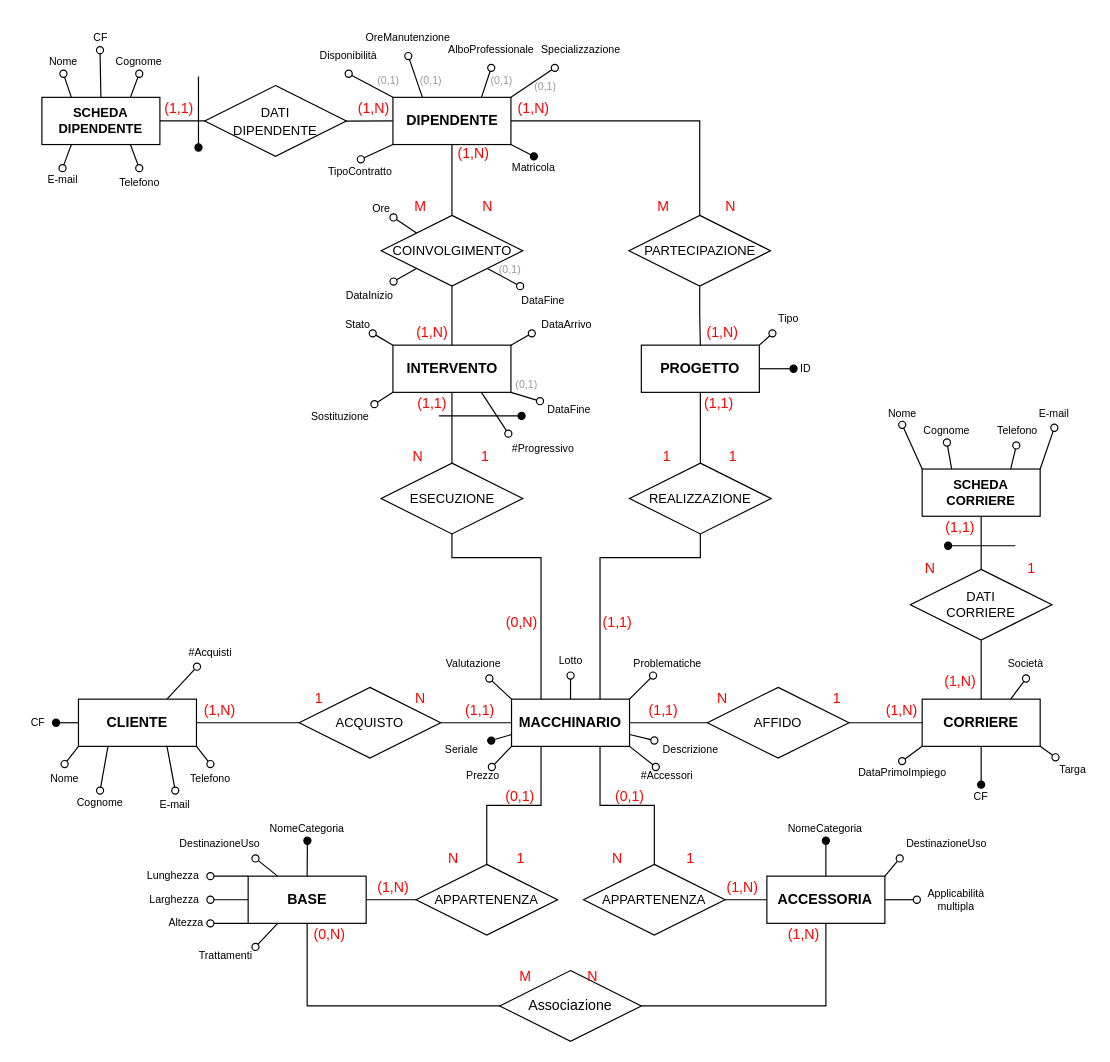
Before: SchemaER/SchemaER_Definitivo.drawio in MicheleRabesco/MacchinariEstetici, a draw.io diagram. Source tidied: cells renumbered, new cells numbered last; positions are measured from the earlier drawing's top-left corner, leaving out a move shared by most shapes. Both pictures are drawn from the tidied source at 118%, with x=0, y=0 at pixel (20, 20).
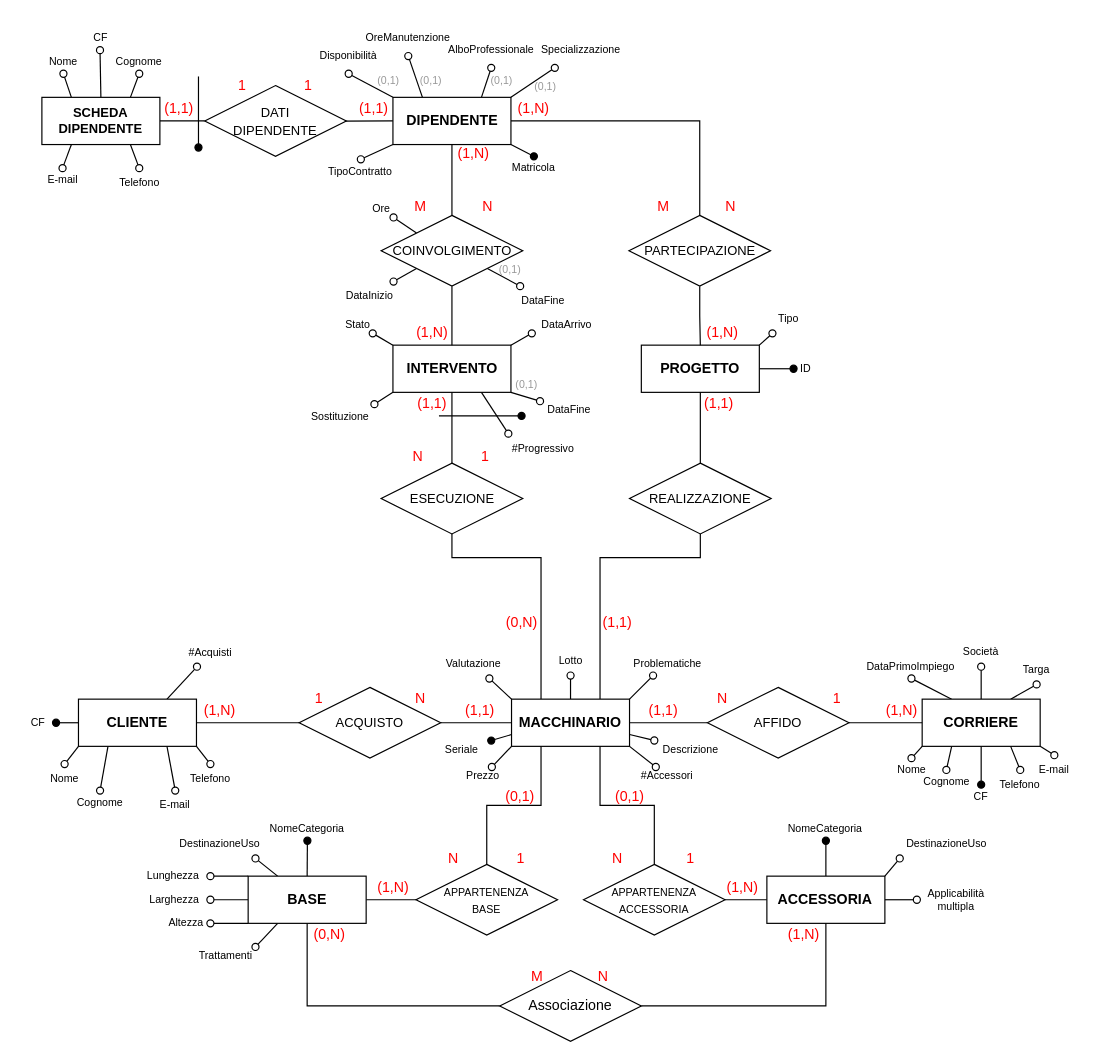
After the change.

Unchanged cells that the change refers to:
```xml
<mxCell id="46" value="&lt;b&gt;CORRIERE&lt;/b&gt;" style="whiteSpace=wrap;html=1;align=center;fontColor=#000000;" parent="1" vertex="1">
  <mxGeometry x="764" y="575" width="100" height="40" as="geometry" />
</mxCell>
```

Change to the diagram source:
```diff
@@
-    <mxCell id="39" style="edgeStyle=none;rounded=0;jettySize=auto;html=1;exitX=0;exitY=1;exitDx=0;exitDy=0;fontSize=9;fontColor=#000000;endArrow=oval;endFill=0;entryX=0.5;entryY=0;entryDx=0;entryDy=0;" parent="1" edge="1" source="46" target="115">
+    <mxCell id="39" style="edgeStyle=none;rounded=0;jettySize=auto;html=1;exitX=0.25;exitY=0;exitDx=0;exitDy=0;fontSize=9;fontColor=#000000;endArrow=oval;endFill=0;entryX=0.5;entryY=1;entryDx=0;entryDy=0;" parent="1" edge="1" source="46" target="115">
       <mxGeometry relative="1" as="geometry" />
     </mxCell>
-    <mxCell id="40" style="edgeStyle=none;rounded=0;jettySize=auto;html=1;exitX=0.75;exitY=0;exitDx=0;exitDy=0;fontSize=9;fontColor=#000000;endArrow=oval;endFill=0;entryX=0.5;entryY=1;entryDx=0;entryDy=0;" parent="1" edge="1" source="46" target="116">
+    <mxCell id="40" style="edgeStyle=none;rounded=0;jettySize=auto;html=1;exitX=0.5;exitY=0;exitDx=0;exitDy=0;fontSize=9;fontColor=#000000;endArrow=oval;endFill=0;entryX=0.5;entryY=1;entryDx=0;entryDy=0;" parent="1" edge="1" source="46" target="116">
       <mxGeometry relative="1" as="geometry" />
     </mxCell>
-    <mxCell id="41" style="edgeStyle=none;rounded=0;jettySize=auto;html=1;exitX=1;exitY=1;exitDx=0;exitDy=0;fontSize=9;fontColor=#000000;endArrow=oval;endFill=0;" parent="1" edge="1" source="46" target="117">
+    <mxCell id="41" style="edgeStyle=none;rounded=0;jettySize=auto;html=1;exitX=0.75;exitY=0;exitDx=0;exitDy=0;fontSize=9;fontColor=#000000;endArrow=oval;endFill=0;entryX=0.5;entryY=1;entryDx=0;entryDy=0;" parent="1" edge="1" source="46" target="117">
       <mxGeometry relative="1" as="geometry" />
     </mxCell>
@@
-    <mxCell id="43" style="edgeStyle=none;rounded=0;jettySize=auto;html=1;exitX=0.25;exitY=0;exitDx=0;exitDy=0;entryX=0.5;entryY=1;entryDx=0;entryDy=0;fontSize=11;endArrow=oval;endFill=0;" parent="1" edge="1" source="189" target="122">
+    <mxCell id="43" style="edgeStyle=none;rounded=0;jettySize=auto;html=1;exitX=0.25;exitY=1;exitDx=0;exitDy=0;entryX=0.5;entryY=0;entryDx=0;entryDy=0;fontSize=11;endArrow=oval;endFill=0;" parent="1" edge="1" source="46" target="122">
       <mxGeometry relative="1" as="geometry" />
     </mxCell>
-    <mxCell id="44" style="edgeStyle=none;rounded=0;jettySize=auto;html=1;exitX=0;exitY=0;exitDx=0;exitDy=0;entryX=0.5;entryY=1;entryDx=0;entryDy=0;fontSize=11;endArrow=oval;endFill=0;" parent="1" edge="1" source="189" target="121">
+    <mxCell id="44" style="edgeStyle=none;rounded=0;jettySize=auto;html=1;exitX=0;exitY=1;exitDx=0;exitDy=0;entryX=0.5;entryY=0;entryDx=0;entryDy=0;fontSize=11;endArrow=oval;endFill=0;" parent="1" edge="1" source="46" target="121">
       <mxGeometry relative="1" as="geometry" />
     </mxCell>
-    <mxCell id="45" style="edgeStyle=orthogonalEdgeStyle;rounded=0;jettySize=auto;html=1;fontColor=#000000;endArrow=none;endFill=0;entryX=0.5;entryY=1;entryDx=0;entryDy=0;" parent="1" edge="1" source="46" target="186">
-      <mxGeometry relative="1" as="geometry" />
-    </mxCell>
@@
-    <mxCell id="50" value="&lt;font style=&quot;font-size: 11px&quot;&gt;APPARTENENZA&lt;/font&gt;" style="shape=rhombus;perimeter=rhombusPerimeter;whiteSpace=wrap;html=1;align=center;" parent="1" vertex="1">
+    <mxCell id="50" value="&lt;font style=&quot;font-size: 9px&quot;&gt;APPARTENENZA&lt;br&gt;BASE&lt;br&gt;&lt;/font&gt;" style="shape=rhombus;perimeter=rhombusPerimeter;whiteSpace=wrap;html=1;align=center;" parent="1" vertex="1">
       <mxGeometry x="335" y="715" width="120" height="60" as="geometry" />
     </mxCell>
@@
     <mxCell id="115" value="DataPrimoImpiego" style="text;html=1;strokeColor=none;fillColor=none;align=center;verticalAlign=middle;whiteSpace=wrap;rounded=0;fontSize=9;fontColor=#000000;" parent="1" vertex="1">
-      <mxGeometry x="707.5" y="627.5" width="79" height="20" as="geometry" />
+      <mxGeometry x="715.4" y="537.5" width="79" height="20" as="geometry" />
     </mxCell>
     <mxCell id="116" value="Società" style="text;html=1;strokeColor=none;fillColor=none;align=center;verticalAlign=middle;whiteSpace=wrap;rounded=0;fontSize=9;fontColor=#000000;" parent="1" vertex="1">
-      <mxGeometry x="837" y="532.5" width="30" height="25" as="geometry" />
+      <mxGeometry x="799" y="522.5" width="30" height="25" as="geometry" />
     </mxCell>
     <mxCell id="117" value="Targa" style="text;html=1;strokeColor=none;fillColor=none;align=center;verticalAlign=middle;whiteSpace=wrap;rounded=0;fontSize=9;fontColor=#000000;" parent="1" vertex="1">
-      <mxGeometry x="877" y="622.5" width="30" height="25" as="geometry" />
+      <mxGeometry x="846" y="537.5" width="30" height="25" as="geometry" />
     </mxCell>
@@
     <mxCell id="121" value="Nome" style="text;html=1;strokeColor=none;fillColor=none;align=center;verticalAlign=middle;whiteSpace=wrap;rounded=0;fontSize=9;fontColor=#000000;" parent="1" vertex="1">
-      <mxGeometry x="728.8" y="322.5" width="36.5" height="20" as="geometry" />
+      <mxGeometry x="736.7" y="625" width="36.5" height="20" as="geometry" />
     </mxCell>
     <mxCell id="122" value="Cognome" style="text;html=1;strokeColor=none;fillColor=none;align=center;verticalAlign=middle;whiteSpace=wrap;rounded=0;fontSize=9;fontColor=#000000;" parent="1" vertex="1">
-      <mxGeometry x="760" y="337.5" width="50" height="20" as="geometry" />
+      <mxGeometry x="759.5" y="635" width="50" height="20" as="geometry" />
     </mxCell>
@@
     <mxCell id="143" value="1" style="text;html=1;strokeColor=none;fillColor=none;align=center;verticalAlign=middle;whiteSpace=wrap;rounded=0;fontColor=#FF0000;" parent="1" vertex="1">
-      <mxGeometry x="542.8" y="365" width="10" height="10" as="geometry" />
+      <mxGeometry x="182.8" y="50" width="10" height="10" as="geometry" />
     </mxCell>
     <mxCell id="144" value="1" style="text;html=1;strokeColor=none;fillColor=none;align=center;verticalAlign=middle;whiteSpace=wrap;rounded=0;fontColor=#FF0000;" parent="1" vertex="1">
-      <mxGeometry x="599.2" y="365" width="10" height="10" as="geometry" />
+      <mxGeometry x="239.2" y="50" width="10" height="10" as="geometry" />
     </mxCell>
@@
     <mxCell id="157" value="M" style="text;html=1;strokeColor=none;fillColor=none;align=center;verticalAlign=middle;whiteSpace=wrap;rounded=0;fontColor=#FF0000;" parent="1" vertex="1">
-      <mxGeometry x="423.3" y="805" width="10" height="10" as="geometry" />
+      <mxGeometry x="432.8" y="805" width="10" height="10" as="geometry" />
     </mxCell>
     <mxCell id="158" value="N" style="text;html=1;strokeColor=none;fillColor=none;align=center;verticalAlign=middle;whiteSpace=wrap;rounded=0;fontColor=#FF0000;" parent="1" vertex="1">
-      <mxGeometry x="479.8" y="805" width="10" height="10" as="geometry" />
+      <mxGeometry x="489.3" y="805" width="10" height="10" as="geometry" />
     </mxCell>
@@
-    <mxCell id="174" value="&lt;font style=&quot;font-size: 11px&quot;&gt;APPARTENENZA&lt;/font&gt;" style="shape=rhombus;perimeter=rhombusPerimeter;whiteSpace=wrap;html=1;align=center;" parent="1" vertex="1">
+    <mxCell id="174" value="&lt;font style=&quot;font-size: 9px&quot;&gt;APPARTENENZA&lt;br&gt;ACCESSORIA&lt;br&gt;&lt;/font&gt;" style="shape=rhombus;perimeter=rhombusPerimeter;whiteSpace=wrap;html=1;align=center;" parent="1" vertex="1">
       <mxGeometry x="477" y="715" width="120" height="60" as="geometry" />
     </mxCell>
@@
-    <mxCell id="181" value="(1,N)" style="text;html=1;strokeColor=none;fillColor=none;align=center;verticalAlign=middle;whiteSpace=wrap;rounded=0;fontColor=#FF0000;direction=east;" parent="1" vertex="1">
+    <mxCell id="181" value="(1,1)" style="text;html=1;strokeColor=none;fillColor=none;align=center;verticalAlign=middle;whiteSpace=wrap;rounded=0;fontColor=#FF0000;direction=east;" parent="1" vertex="1">
       <mxGeometry x="283" y="65" width="33" height="20" as="geometry" />
     </mxCell>
@@
     <mxCell id="183" value="Telefono" style="text;html=1;strokeColor=none;fillColor=none;align=center;verticalAlign=middle;whiteSpace=wrap;rounded=0;fontSize=9;fontColor=#000000;" parent="1" vertex="1">
-      <mxGeometry x="823.4" y="335" width="44.2" height="25" as="geometry" />
+      <mxGeometry x="825" y="635" width="44.2" height="25" as="geometry" />
     </mxCell>
     <mxCell id="184" value="E-mail" style="text;html=1;strokeColor=none;fillColor=none;align=center;verticalAlign=middle;whiteSpace=wrap;rounded=0;fontSize=9;fontColor=#000000;" parent="1" vertex="1">
-      <mxGeometry x="856" y="320" width="40" height="25" as="geometry" />
+      <mxGeometry x="856" y="622.5" width="40" height="25" as="geometry" />
     </mxCell>
-    <mxCell id="185" style="edgeStyle=orthogonalEdgeStyle;rounded=0;jettySize=auto;html=1;entryX=0.5;entryY=1;entryDx=0;entryDy=0;endArrow=none;endFill=0;" parent="1" edge="1" source="186" target="189">
-      <mxGeometry relative="1" as="geometry" />
-    </mxCell>
-    <mxCell id="186" value="DATI&lt;br&gt;CORRIERE" style="shape=rhombus;perimeter=rhombusPerimeter;whiteSpace=wrap;html=1;align=center;fontSize=11;" parent="1" vertex="1">
-      <mxGeometry x="754" y="465" width="120" height="60" as="geometry" />
-    </mxCell>
-    <mxCell id="187" style="edgeStyle=none;rounded=0;jettySize=auto;html=1;exitX=1;exitY=0;exitDx=0;exitDy=0;entryX=0.5;entryY=1;entryDx=0;entryDy=0;fontSize=11;endArrow=oval;endFill=0;" parent="1" edge="1" source="189" target="184">
+    <mxCell id="187" style="edgeStyle=none;rounded=0;jettySize=auto;html=1;exitX=1;exitY=1;exitDx=0;exitDy=0;entryX=0.5;entryY=0;entryDx=0;entryDy=0;fontSize=11;endArrow=oval;endFill=0;" parent="1" edge="1" source="46" target="184">
       <mxGeometry relative="1" as="geometry" />
     </mxCell>
-    <mxCell id="188" style="edgeStyle=none;rounded=0;jettySize=auto;html=1;exitX=0.75;exitY=0;exitDx=0;exitDy=0;entryX=0.5;entryY=1;entryDx=0;entryDy=0;fontSize=11;endArrow=oval;endFill=0;" parent="1" edge="1" source="189">
-      <mxGeometry relative="1" as="geometry">
-        <mxPoint x="843.8" y="360" as="targetPoint" />
-      </mxGeometry>
+    <mxCell id="188" style="edgeStyle=none;rounded=0;jettySize=auto;html=1;exitX=0.75;exitY=1;exitDx=0;exitDy=0;fontSize=11;endArrow=oval;endFill=0;entryX=0.5;entryY=0;entryDx=0;entryDy=0;" parent="1" edge="1" source="46" target="183">
+      <mxGeometry relative="1" as="geometry" />
     </mxCell>
-    <mxCell id="189" value="&lt;b&gt;SCHEDA&lt;br&gt;CORRIERE&lt;br&gt;&lt;/b&gt;" style="whiteSpace=wrap;html=1;align=center;fontSize=11;" parent="1" vertex="1">
-      <mxGeometry x="764" y="380" width="100" height="40" as="geometry" />
-    </mxCell>
-    <mxCell id="190" value="(1,N)" style="text;html=1;align=center;verticalAlign=middle;whiteSpace=wrap;rounded=0;fontColor=#FF0000;" parent="1" vertex="1">
-      <mxGeometry x="773.2" y="555" width="47.2" height="10" as="geometry" />
-    </mxCell>
-    <mxCell id="191" value="(1,1)" style="text;html=1;strokeColor=none;fillColor=none;align=center;verticalAlign=middle;whiteSpace=wrap;rounded=0;fontColor=#FF0000;" parent="1" vertex="1">
-      <mxGeometry x="780.3" y="420" width="33" height="20" as="geometry" />
-    </mxCell>
-    <mxCell id="192" value="N" style="text;html=1;strokeColor=none;fillColor=none;align=center;verticalAlign=middle;whiteSpace=wrap;rounded=0;fontColor=#FF0000;" parent="1" vertex="1">
-      <mxGeometry x="766" y="460" width="10" height="10" as="geometry" />
-    </mxCell>
-    <mxCell id="193" value="1" style="text;html=1;strokeColor=none;fillColor=none;align=center;verticalAlign=middle;whiteSpace=wrap;rounded=0;fontColor=#FF0000;" parent="1" vertex="1">
-      <mxGeometry x="852" y="460" width="10" height="10" as="geometry" />
-    </mxCell>
-    <mxCell id="194" style="endArrow=oval;html=1;rounded=0;fontSize=11;endFill=1;fontColor=#FF0000;" parent="1" edge="1">
-      <mxGeometry relative="1" as="geometry">
-        <mxPoint x="843" y="445" as="sourcePoint" />
-        <mxPoint x="786" y="445" as="targetPoint" />
-      </mxGeometry>
-    </mxCell>
```
